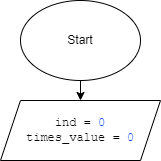
Above: block_kononova.drawio.png in kononovaele/homeTask_1 (draw.io), before the change. Source tidied: cells renumbered, new cells last; positions are measured from the earlier drawing's top-left corner, leaving out a move shared by most shapes.
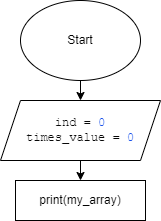
After the change.

Commit message:
Add bloсk-chema print(my_array), for test

What changed in the source:
```diff
@@ -13,5 +13,11 @@
         <mxPoint x="80" y="100" as="targetPoint" />
       </mxGeometry>
     </mxCell>
+    <mxCell id="5" value="print(my_array)" style="rounded=0;whiteSpace=wrap;html=1;" parent="1" vertex="1">
+      <mxGeometry x="15" y="180" width="130" height="40" as="geometry" />
+    </mxCell>
+    <mxCell id="6" style="endArrow=classic;html=1;entryX=0.5;entryY=0;entryDx=0;entryDy=0;exitX=0.5;exitY=1;exitDx=0;exitDy=0;" parent="1" edge="1" source="3" target="5">
+      <mxGeometry relative="1" as="geometry" />
+    </mxCell>
   </root>
 </mxGraphModel>
```
